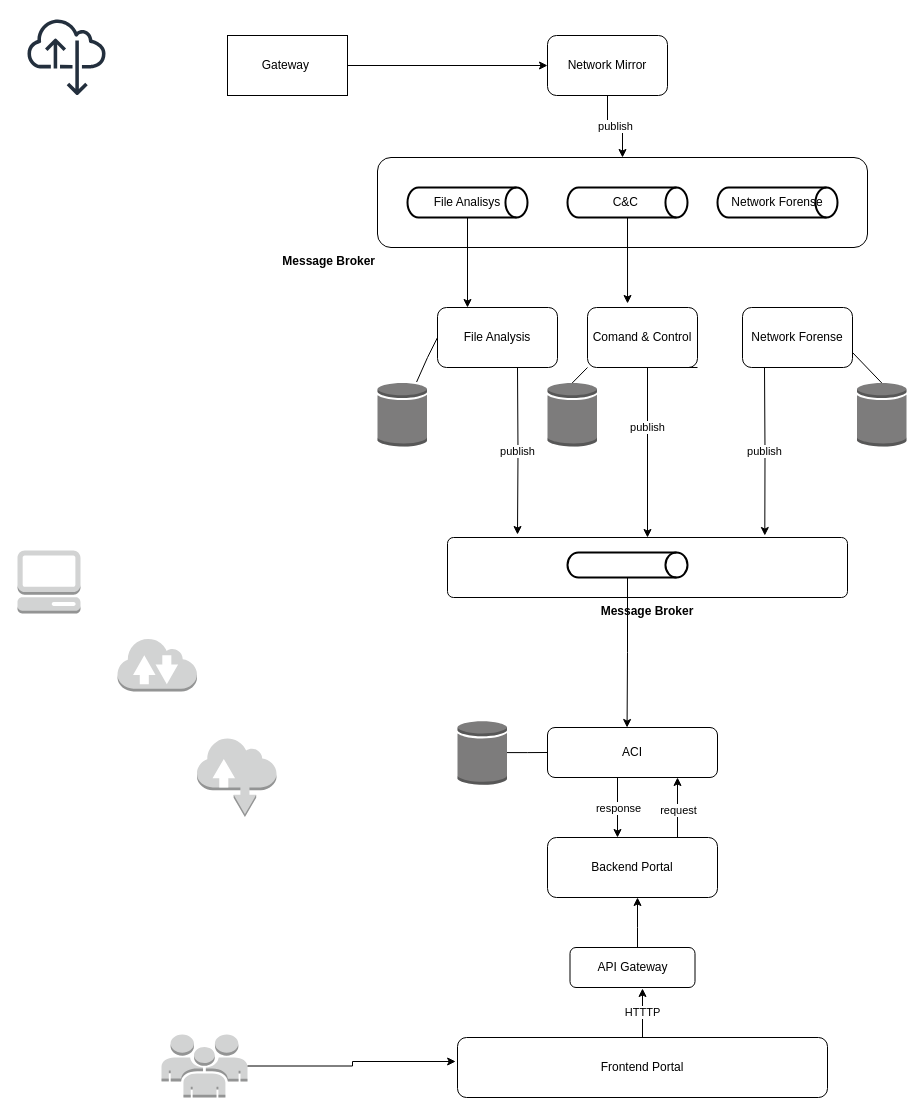
Before: Untitled Diagram.drawio in wendersonsouza/CyberFortNexus, a draw.io diagram. Source tidied: cells renumbered, new cells numbered last; positions are measured from the earlier drawing's top-left corner, leaving out a move shared by most shapes. Both pictures are drawn from the tidied source at 100%, with x=0, y=0 at pixel (17, 17).
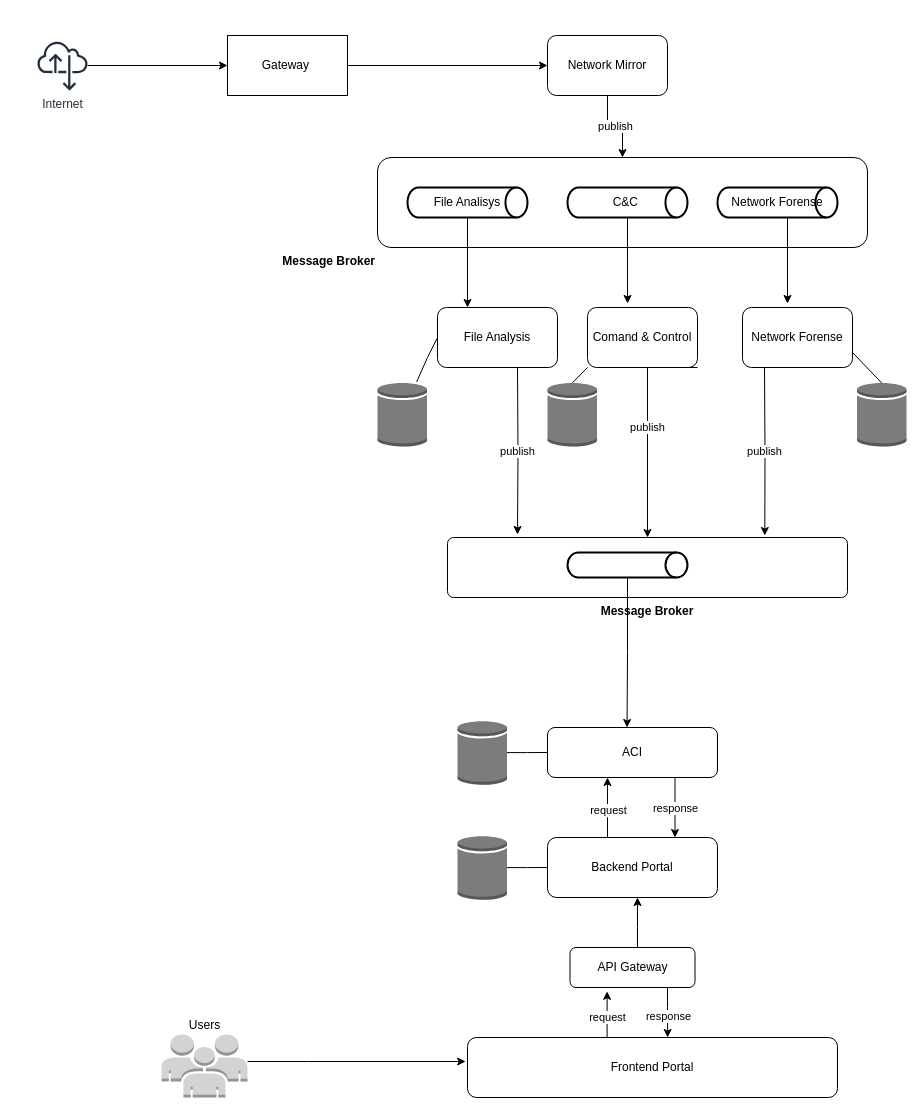
The same diagram, later.

The change refers to these unchanged cells:
```xml
<mxCell id="3" value="Gateway&amp;nbsp;" style="rounded=0;whiteSpace=wrap;html=1;" parent="1" vertex="1">
  <mxGeometry x="210" y="18" width="120" height="60" as="geometry" />
</mxCell>
<mxCell id="26" value="ACI" style="rounded=1;whiteSpace=wrap;html=1;" parent="1" vertex="1">
  <mxGeometry x="530" y="710" width="170" height="50" as="geometry" />
</mxCell>
<mxCell id="29" value="Backend Portal" style="rounded=1;whiteSpace=wrap;html=1;" parent="1" vertex="1">
  <mxGeometry x="530" y="820" width="170" height="60" as="geometry" />
</mxCell>
<mxCell id="31" value="API Gateway" style="rounded=1;whiteSpace=wrap;html=1;" parent="1" vertex="1">
  <mxGeometry x="552.5" y="930" width="125" height="40" as="geometry" />
</mxCell>
```

Change to the diagram source:
```diff
@@
+    <mxCell id="45" style="edgeStyle=orthogonalEdgeStyle;rounded=0;jettySize=auto;html=1;entryX=0;entryY=0.5;entryDx=0;entryDy=0;" parent="1" edge="1" source="4" target="3">
+      <mxGeometry relative="1" as="geometry" />
+    </mxCell>
-    <mxCell id="4" style="sketch=0;outlineConnect=0;fontColor=#232F3E;gradientColor=none;fillColor=#232F3D;strokeColor=none;dashed=0;verticalLabelPosition=bottom;verticalAlign=top;align=center;html=1;fontSize=12;fontStyle=0;shape=mxgraph.aws4.internet_alt22;" parent="1" vertex="1">
-      <mxGeometry x="10" width="78" height="78" as="geometry" />
+    <mxCell id="4" value="Internet" style="sketch=0;outlineConnect=0;fontColor=#232F3E;gradientColor=none;fillColor=#232F3D;strokeColor=none;dashed=0;verticalLabelPosition=bottom;verticalAlign=top;align=center;html=1;fontSize=12;fontStyle=0;shape=mxgraph.aws4.internet_alt22;" parent="1" vertex="1">
+      <mxGeometry x="20" y="23" width="50" height="50" as="geometry" />
     </mxCell>
@@
-    <mxCell id="12" style="outlineConnect=0;dashed=0;verticalLabelPosition=top;verticalAlign=bottom;align=center;shape=mxgraph.aws3.users;fillColor=#D2D3D3;gradientColor=none;html=1;labelPosition=center;" parent="1" vertex="1">
+    <mxCell id="12" value="Users" style="outlineConnect=0;dashed=0;verticalLabelPosition=top;verticalAlign=bottom;align=center;shape=mxgraph.aws3.users;fillColor=#D2D3D3;gradientColor=none;html=1;labelPosition=center;" parent="1" vertex="1">
       <mxGeometry x="144" y="1017" width="86" height="63" as="geometry" />
     </mxCell>
@@
-    <mxCell id="14" style="dashed=0;verticalLabelPosition=bottom;verticalAlign=top;align=center;html=1;shape=mxgraph.aws3.management_console;fillColor=#D2D3D3;gradientColor=none;" parent="1" vertex="1">
-      <mxGeometry y="533" width="63" height="63" as="geometry" />
-    </mxCell>
-    <mxCell id="15" style="dashed=0;verticalLabelPosition=bottom;verticalAlign=top;align=center;html=1;shape=mxgraph.aws3.internet_2;fillColor=#D2D3D3;gradientColor=none;" parent="1" vertex="1">
-      <mxGeometry x="100" y="620" width="79.5" height="54" as="geometry" />
-    </mxCell>
-    <mxCell id="16" style="dashed=0;verticalLabelPosition=bottom;verticalAlign=top;align=center;html=1;shape=mxgraph.aws3.internet;fillColor=#D2D3D3;gradientColor=none;" parent="1" vertex="1">
-      <mxGeometry x="179.5" y="720" width="79.5" height="79.5" as="geometry" />
-    </mxCell>
@@
-    <mxCell id="27" style="edgeStyle=orthogonalEdgeStyle;rounded=0;jettySize=auto;html=1;entryX=0.25;entryY=1;entryDx=0;entryDy=0;endArrow=none;startFill=1;startArrow=classic;" parent="1" edge="1" source="29" target="26">
+    <mxCell id="27" style="edgeStyle=orthogonalEdgeStyle;rounded=0;orthogonalLoop=1;jettySize=auto;html=1;entryX=0.25;entryY=1;entryDx=0;entryDy=0;endArrow=none;startFill=1;startArrow=classic;" parent="1" edge="1">
       <mxGeometry relative="1" as="geometry">
+        <mxPoint x="657.5" y="820" as="sourcePoint" />
+        <mxPoint x="630" y="760" as="targetPoint" />
         <Array as="points">
-          <mxPoint x="600" y="760" />
+          <mxPoint x="657.5" y="760" />
         </Array>
       </mxGeometry>
     </mxCell>
@@
-    <mxCell id="32" value="Frontend Portal" style="rounded=1;whiteSpace=wrap;html=1;" parent="1" vertex="1">
-      <mxGeometry x="440" y="1020" width="370" height="60" as="geometry" />
-    </mxCell>
@@
     <mxCell id="41" style="edgeStyle=orthogonalEdgeStyle;rounded=0;jettySize=auto;html=1;" parent="1" edge="1" source="29" target="26">
       <mxGeometry relative="1" as="geometry">
         <Array as="points">
-          <mxPoint x="660" y="790" />
-          <mxPoint x="660" y="790" />
+          <mxPoint x="590" y="800" />
+          <mxPoint x="590" y="800" />
         </Array>
       </mxGeometry>
     </mxCell>
@@
+    <mxCell id="44" style="edgeStyle=orthogonalEdgeStyle;rounded=0;jettySize=auto;html=1;entryX=-0.005;entryY=0.4;entryDx=0;entryDy=0;entryPerimeter=0;" parent="1" edge="1" source="12" target="32">
+      <mxGeometry relative="1" as="geometry">
+        <Array as="points">
+          <mxPoint x="290" y="1044" />
+          <mxPoint x="290" y="1044" />
+        </Array>
+      </mxGeometry>
+    </mxCell>
+    <mxCell id="46" style="edgeStyle=orthogonalEdgeStyle;rounded=0;jettySize=auto;html=1;endArrow=none;startFill=0;entryX=0;entryY=0.5;entryDx=0;entryDy=0;" parent="1" edge="1" source="47" target="29">
+      <mxGeometry relative="1" as="geometry" />
+    </mxCell>
+    <mxCell id="47" style="outlineConnect=0;dashed=0;verticalLabelPosition=bottom;verticalAlign=top;align=center;html=1;shape=mxgraph.aws3.generic_database;fillColor=#7D7C7C;gradientColor=none;" parent="1" vertex="1">
+      <mxGeometry x="440" y="817.8" width="49.5" height="64.5" as="geometry" />
+    </mxCell>
+    <mxCell id="48" style="edgeStyle=orthogonalEdgeStyle;rounded=0;orthogonalLoop=1;jettySize=auto;html=1;exitX=0.5;exitY=1;exitDx=0;exitDy=0;exitPerimeter=0;entryX=0.364;entryY=-0.067;entryDx=0;entryDy=0;entryPerimeter=0;" parent="1" edge="1">
+      <mxGeometry relative="1" as="geometry">
+        <mxPoint x="770" y="200" as="sourcePoint" />
+        <mxPoint x="770" y="286" as="targetPoint" />
+      </mxGeometry>
+    </mxCell>
+    <mxCell id="49" style="edgeStyle=orthogonalEdgeStyle;rounded=0;jettySize=auto;html=1;" parent="1" edge="1" target="32">
+      <mxGeometry relative="1" as="geometry">
+        <mxPoint x="590" y="1020" as="sourcePoint" />
+        <Array as="points">
+          <mxPoint x="587.5" y="1030" />
+          <mxPoint x="587.5" y="981" />
+        </Array>
+      </mxGeometry>
+    </mxCell>
+    <mxCell id="32" value="Frontend Portal" style="rounded=1;whiteSpace=wrap;html=1;" parent="1" vertex="1">
+      <mxGeometry x="450" y="1020" width="370" height="60" as="geometry" />
+    </mxCell>
-    <mxCell id="43" value="HTTTP" style="edgeStyle=orthogonalEdgeStyle;rounded=0;jettySize=auto;html=1;exitX=0.5;exitY=0;exitDx=0;exitDy=0;entryX=0.58;entryY=1.025;entryDx=0;entryDy=0;entryPerimeter=0;" parent="1" edge="1" source="32" target="31">
-      <mxGeometry relative="1" as="geometry" />
+    <mxCell id="43" style="edgeStyle=orthogonalEdgeStyle;rounded=0;jettySize=auto;html=1;entryX=0.297;entryY=1.096;entryDx=0;entryDy=0;entryPerimeter=0;" parent="1" edge="1" source="32" target="31">
+      <mxGeometry relative="1" as="geometry">
+        <Array as="points">
+          <mxPoint x="590" y="995" />
+        </Array>
+      </mxGeometry>
     </mxCell>
-    <mxCell id="44" style="edgeStyle=orthogonalEdgeStyle;rounded=0;jettySize=auto;html=1;entryX=-0.005;entryY=0.4;entryDx=0;entryDy=0;entryPerimeter=0;" parent="1" edge="1" source="12" target="32">
-      <mxGeometry relative="1" as="geometry" />
-    </mxCell>
+    <mxCell id="50" value="request" style="edgeLabel;html=1;align=center;verticalAlign=middle;" parent="43" vertex="1">
+      <mxGeometry x="-0.09" relative="1" as="geometry" />
+    </mxCell>
+    <mxCell id="51" style="edgeStyle=orthogonalEdgeStyle;rounded=0;jettySize=auto;html=1;entryX=0.541;entryY=0;entryDx=0;entryDy=0;entryPerimeter=0;" parent="1" edge="1" source="31" target="32">
+      <mxGeometry relative="1" as="geometry">
+        <Array as="points">
+          <mxPoint x="650" y="990" />
+          <mxPoint x="650" y="990" />
+        </Array>
+      </mxGeometry>
+    </mxCell>
+    <mxCell id="52" value="response" style="edgeLabel;html=1;align=center;verticalAlign=middle;" parent="51" vertex="1">
+      <mxGeometry x="0.16" relative="1" as="geometry" />
+    </mxCell>
```
